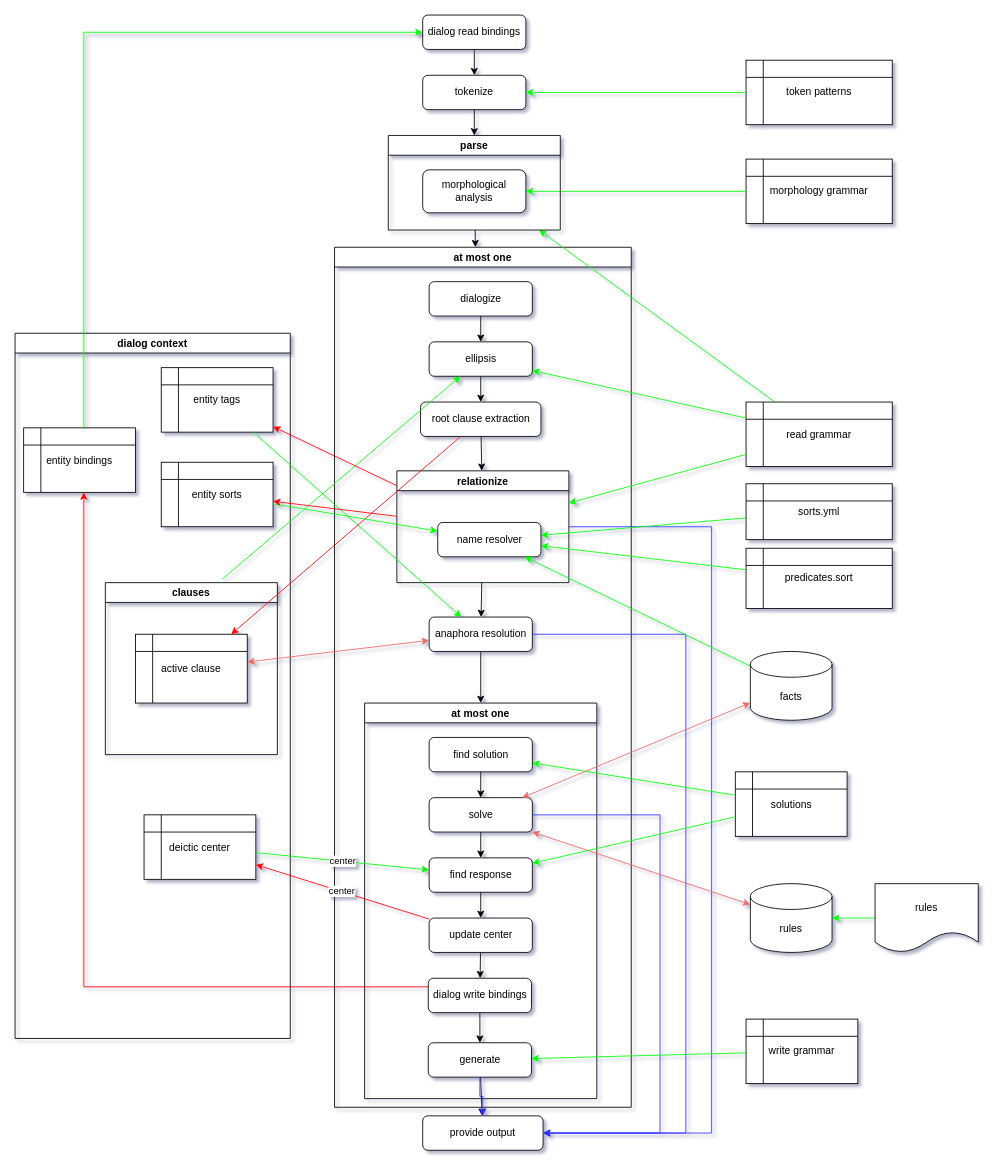
The draw.io diagram doc/diagram/system1.drawio in garfix/nli-go, before the edit. Source tidied: cells renumbered, new cells numbered last; positions are measured from the earlier drawing's top-left corner, leaving out a move shared by most shapes. Both pictures are drawn from the tidied source at 86%, with x=0, y=0 at pixel (15, 15).
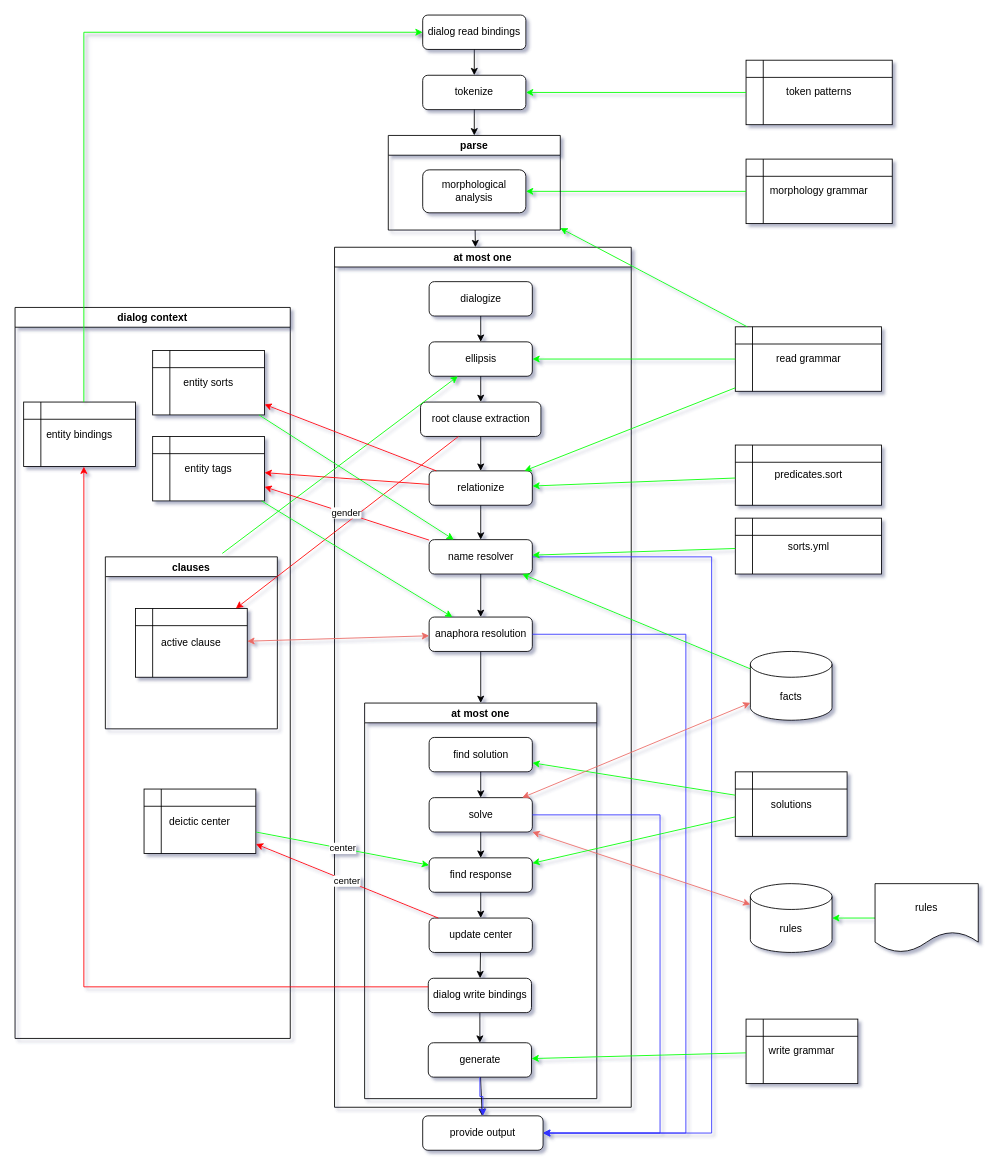
After the change.

Unchanged cells that the change refers to:
```xml
<mxCell id="4" value="at most one" style="swimlane;" parent="1" vertex="1">
  <mxGeometry x="371.5" y="270" width="345" height="1000" as="geometry" />
</mxCell>
<mxCell id="7" value="root clause extraction" style="rounded=1;whiteSpace=wrap;html=1;fontSize=12;glass=0;strokeWidth=1;shadow=0;" parent="4" vertex="1">
  <mxGeometry x="100" y="180" width="140" height="40" as="geometry" />
</mxCell>
<mxCell id="29" value="provide output" style="rounded=1;whiteSpace=wrap;html=1;fontSize=12;glass=0;strokeWidth=1;shadow=0;" parent="1" vertex="1">
  <mxGeometry x="474" y="1280" width="140" height="40" as="geometry" />
</mxCell>
```

Change to the diagram source:
```diff
@@
-    <mxCell id="10" style="endArrow=classic;html=1;rounded=0;" parent="4" edge="1" source="7" target="25">
-      <mxGeometry relative="1" as="geometry" />
-    </mxCell>
-    <mxCell id="11" style="endArrow=classic;html=1;rounded=0;" parent="4" edge="1" source="25" target="27">
-      <mxGeometry relative="1" as="geometry" />
-    </mxCell>
@@
+    <mxCell id="27" value="anaphora resolution" style="rounded=1;whiteSpace=wrap;html=1;" parent="4" vertex="1">
+      <mxGeometry x="110" y="430" width="120" height="40" as="geometry" />
+    </mxCell>
-    <mxCell id="25" value="relationize" style="swimlane;" parent="4" vertex="1">
-      <mxGeometry x="72.5" y="260" width="200" height="130" as="geometry" />
+    <mxCell id="25" value="relationize" style="rounded=1;whiteSpace=wrap;html=1;" parent="4" vertex="1">
+      <mxGeometry x="110" y="260" width="120" height="40" as="geometry" />
     </mxCell>
+    <mxCell id="10" style="endArrow=classic;html=1;rounded=0;" parent="4" edge="1" source="7" target="25">
+      <mxGeometry relative="1" as="geometry" />
+    </mxCell>
-    <mxCell id="26" value="name resolver" style="rounded=1;whiteSpace=wrap;html=1;" parent="25" vertex="1">
-      <mxGeometry x="47.5" y="60" width="120" height="40" as="geometry" />
+    <mxCell id="26" value="name resolver" style="rounded=1;whiteSpace=wrap;html=1;" parent="4" vertex="1">
+      <mxGeometry x="110" y="340" width="120" height="40" as="geometry" />
     </mxCell>
-    <mxCell id="27" value="anaphora resolution" style="rounded=1;whiteSpace=wrap;html=1;" parent="4" vertex="1">
-      <mxGeometry x="110" y="430" width="120" height="40" as="geometry" />
-    </mxCell>
+    <mxCell id="11" style="endArrow=classic;html=1;rounded=0;" parent="4" edge="1" source="26" target="27">
+      <mxGeometry relative="1" as="geometry" />
+    </mxCell>
+    <mxCell id="81" style="endArrow=classic;html=1;rounded=0;" parent="4" edge="1" source="25" target="26">
+      <mxGeometry relative="1" as="geometry" />
+    </mxCell>
@@
-    <mxCell id="30" style="edgeStyle=elbowEdgeStyle;elbow=horizontal;endArrow=classic;html=1;rounded=0;strokeColor=#3333FF;" parent="1" edge="1" source="25" target="29">
+    <mxCell id="30" style="edgeStyle=elbowEdgeStyle;elbow=horizontal;endArrow=classic;html=1;rounded=0;strokeColor=#3333FF;" parent="1" edge="1" source="26" target="29">
       <mxGeometry relative="1" as="geometry">
         <Array as="points">
           <mxPoint x="810" y="960" />
         </Array>
       </mxGeometry>
     </mxCell>
@@
     <mxCell id="40" value="dialog context" style="swimlane;" parent="1" vertex="1">
-      <mxGeometry y="370" width="320" height="820" as="geometry" />
+      <mxGeometry y="340" width="320" height="850" as="geometry" />
     </mxCell>
@@
     <mxCell id="43" value="entity tags" style="shape=internalStorage;whiteSpace=wrap;html=1;backgroundOutline=1;" parent="40" vertex="1">
-      <mxGeometry x="170" y="40" width="130" height="75" as="geometry" />
+      <mxGeometry x="160" y="150" width="130" height="75" as="geometry" />
     </mxCell>
@@
     <mxCell id="46" value="entity sorts" style="shape=internalStorage;whiteSpace=wrap;html=1;backgroundOutline=1;" parent="40" vertex="1">
-      <mxGeometry x="170" y="150" width="130" height="75" as="geometry" />
+      <mxGeometry x="160" y="50" width="130" height="75" as="geometry" />
     </mxCell>
@@
     <mxCell id="51" value="read grammar" style="shape=internalStorage;whiteSpace=wrap;html=1;backgroundOutline=1;" parent="1" vertex="1">
-      <mxGeometry x="850" y="450" width="170" height="75" as="geometry" />
+      <mxGeometry x="837.5" y="362.5" width="170" height="75" as="geometry" />
     </mxCell>
@@
     <mxCell id="72" value="sorts.yml" style="shape=internalStorage;whiteSpace=wrap;html=1;backgroundOutline=1;" parent="1" vertex="1">
-      <mxGeometry x="850" y="545" width="170" height="65" as="geometry" />
+      <mxGeometry x="837.5" y="585" width="170" height="65" as="geometry" />
     </mxCell>
@@
     <mxCell id="75" value="predicates.sort" style="shape=internalStorage;whiteSpace=wrap;html=1;backgroundOutline=1;" parent="1" vertex="1">
-      <mxGeometry x="850" y="620" width="170" height="70" as="geometry" />
+      <mxGeometry x="837.5" y="500" width="170" height="70" as="geometry" />
     </mxCell>
-    <mxCell id="76" style="endArrow=classic;html=1;rounded=0;strokeColor=#00FF00;" parent="1" edge="1" source="75" target="26">
+    <mxCell id="76" style="endArrow=classic;html=1;rounded=0;strokeColor=#00FF00;" parent="1" edge="1" source="75" target="25">
       <mxGeometry relative="1" as="geometry" />
     </mxCell>
@@
+    <mxCell id="82" value="gender" style="endArrow=classic;html=1;rounded=0;strokeColor=#FF0000;" parent="1" edge="1" source="26" target="43">
+      <mxGeometry relative="1" as="geometry" />
+    </mxCell>
```
